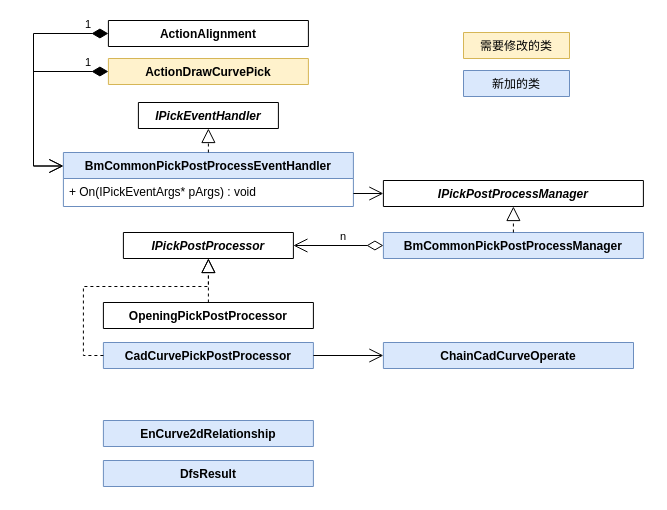
Above: page "Scheme Final" (1 of 4) of ChainPickCadCurve.drawio in Sean-Xu-Code/cpp (draw.io), before the change. Source tidied: cells renumbered, new cells numbered last; positions are measured from the earlier drawing's top-left corner, leaving out a move shared by most shapes. Both pictures are drawn from the tidied source at 100%, with x=0, y=0 at pixel (33, 20).
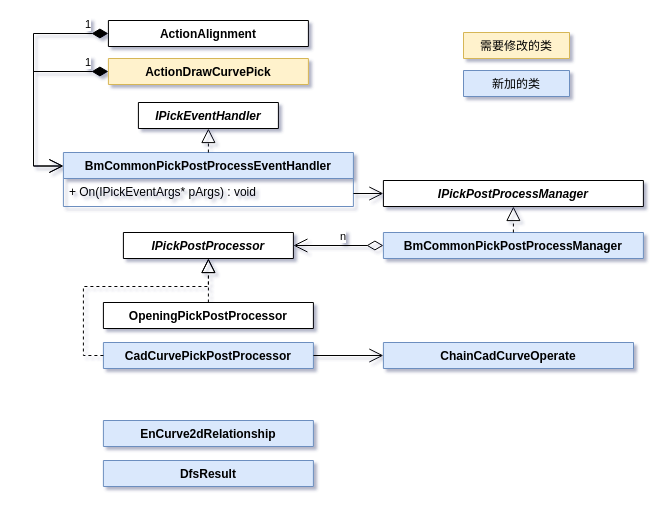
Above is the later version.

Change to the diagram source:
```diff
@@
-<mxGraphModel>
+<mxGraphModel shadow="1">
@@
-    <mxCell id="2" value="IPickPostProcessor" style="swimlane;fontStyle=3;align=center;verticalAlign=top;horizontal=1;startSize=26;rounded=0;shadow=0;strokeWidth=1;" parent="1" vertex="1" collapsed="1">
+    <mxCell id="2" value="IPickPostProcessor" style="swimlane;fontStyle=3;align=center;verticalAlign=top;horizontal=1;startSize=26;shadow=0;strokeWidth=1;rounded=0;sketch=0;" parent="1" vertex="1" collapsed="1">
       <mxGeometry x="89.9" y="212" width="170" height="26" as="geometry" />
     </mxCell>
-    <mxCell id="3" value="IPickPostProcessManager" style="swimlane;fontStyle=3;align=center;verticalAlign=top;horizontal=1;startSize=26;rounded=0;shadow=0;strokeWidth=1;" parent="1" vertex="1" collapsed="1">
+    <mxCell id="3" value="IPickPostProcessManager" style="swimlane;fontStyle=3;align=center;verticalAlign=top;horizontal=1;startSize=26;shadow=0;strokeWidth=1;rounded=0;sketch=0;" parent="1" vertex="1" collapsed="1">
       <mxGeometry x="349.9" y="160" width="260" height="26" as="geometry" />
     </mxCell>
-    <mxCell id="4" value="IPickEventHandler" style="swimlane;fontStyle=3;align=center;verticalAlign=top;horizontal=1;startSize=26;" parent="1" vertex="1" collapsed="1">
+    <mxCell id="4" value="IPickEventHandler" style="swimlane;fontStyle=3;align=center;verticalAlign=top;horizontal=1;startSize=26;rounded=0;shadow=0;sketch=0;" parent="1" vertex="1" collapsed="1">
       <mxGeometry x="104.9" y="82" width="140" height="26" as="geometry" />
     </mxCell>
-    <mxCell id="5" value="BmCommonPickPostProcessEventHandler" style="swimlane;fontStyle=1;align=center;verticalAlign=top;horizontal=1;startSize=26;rounded=0;shadow=0;strokeWidth=1;fillColor=#dae8fc;strokeColor=#6c8ebf;" parent="1" vertex="1">
+    <mxCell id="5" value="BmCommonPickPostProcessEventHandler" style="swimlane;fontStyle=1;align=center;verticalAlign=top;horizontal=1;startSize=26;shadow=0;strokeWidth=1;fillColor=#dae8fc;strokeColor=#6c8ebf;rounded=0;sketch=0;" parent="1" vertex="1">
       <mxGeometry x="29.9" y="132" width="290" height="54" as="geometry" />
     </mxCell>
-    <mxCell id="6" value="+ On(IPickEventArgs* pArgs) : void" style="text;align=left;verticalAlign=top;spacingLeft=4;spacingRight=4;overflow=hidden;" parent="5" vertex="1">
+    <mxCell id="6" value="+ On(IPickEventArgs* pArgs) : void" style="text;align=left;verticalAlign=top;spacingLeft=4;spacingRight=4;overflow=hidden;rounded=0;shadow=0;sketch=0;" parent="5" vertex="1">
       <mxGeometry y="26" width="290" height="26" as="geometry" />
     </mxCell>
-    <mxCell id="7" style="endArrow=block;dashed=1;endFill=0;endSize=12;html=1;rounded=0;entryX=0.5;entryY=1;entryDx=0;entryDy=0;exitX=0.5;exitY=0;exitDx=0;exitDy=0;" parent="1" edge="1" source="5" target="4">
+    <mxCell id="7" style="endArrow=block;dashed=1;endFill=0;endSize=12;html=1;entryX=0.5;entryY=1;entryDx=0;entryDy=0;exitX=0.5;exitY=0;exitDx=0;exitDy=0;rounded=0;shadow=0;sketch=0;" parent="1" edge="1" source="5" target="4">
       <mxGeometry relative="1" as="geometry" />
     </mxCell>
-    <mxCell id="8" value="OpeningPickPostProcessor" style="swimlane;fontStyle=1;align=center;verticalAlign=top;horizontal=1;startSize=26;rounded=0;shadow=0;strokeWidth=1;" parent="1" vertex="1" collapsed="1">
+    <mxCell id="8" value="OpeningPickPostProcessor" style="swimlane;fontStyle=1;align=center;verticalAlign=top;horizontal=1;startSize=26;shadow=0;strokeWidth=1;rounded=0;sketch=0;" parent="1" vertex="1" collapsed="1">
       <mxGeometry x="69.9" y="282" width="210" height="26" as="geometry" />
     </mxCell>
-    <mxCell id="9" value="CadCurvePickPostProcessor" style="swimlane;fontStyle=1;align=center;verticalAlign=top;horizontal=1;startSize=26;rounded=0;shadow=0;strokeWidth=1;fillColor=#dae8fc;strokeColor=#6c8ebf;" parent="1" vertex="1" collapsed="1">
+    <mxCell id="9" value="CadCurvePickPostProcessor" style="swimlane;fontStyle=1;align=center;verticalAlign=top;horizontal=1;startSize=26;shadow=0;strokeWidth=1;fillColor=#dae8fc;strokeColor=#6c8ebf;rounded=0;sketch=0;" parent="1" vertex="1" collapsed="1">
       <mxGeometry x="69.9" y="322" width="210" height="26" as="geometry" />
     </mxCell>
-    <mxCell id="10" style="endArrow=block;dashed=1;endFill=0;endSize=12;html=1;rounded=0;entryX=0.5;entryY=1;entryDx=0;entryDy=0;exitX=0.5;exitY=0;exitDx=0;exitDy=0;" parent="1" edge="1" source="8" target="2">
+    <mxCell id="10" style="endArrow=block;dashed=1;endFill=0;endSize=12;html=1;entryX=0.5;entryY=1;entryDx=0;entryDy=0;exitX=0.5;exitY=0;exitDx=0;exitDy=0;rounded=0;shadow=0;sketch=0;" parent="1" edge="1" source="8" target="2">
       <mxGeometry relative="1" as="geometry" />
     </mxCell>
-    <mxCell id="11" style="endArrow=block;dashed=1;endFill=0;endSize=12;html=1;rounded=0;entryX=0.5;entryY=1;entryDx=0;entryDy=0;exitX=0;exitY=0.5;exitDx=0;exitDy=0;" parent="1" edge="1" source="9" target="2">
+    <mxCell id="11" style="endArrow=block;dashed=1;endFill=0;endSize=12;html=1;entryX=0.5;entryY=1;entryDx=0;entryDy=0;exitX=0;exitY=0.5;exitDx=0;exitDy=0;rounded=0;shadow=0;sketch=0;" parent="1" edge="1" source="9" target="2">
       <mxGeometry relative="1" as="geometry">
         <Array as="points">
           <mxPoint x="49.9" y="335" />
           <mxPoint x="49.9" y="266" />
           <mxPoint x="174.9" y="266" />
         </Array>
       </mxGeometry>
     </mxCell>
-    <mxCell id="12" value="BmCommonPickPostProcessManager" style="swimlane;fontStyle=1;align=center;verticalAlign=top;horizontal=1;startSize=26;rounded=0;shadow=0;strokeWidth=1;fillColor=#dae8fc;strokeColor=#6c8ebf;" parent="1" vertex="1" collapsed="1">
+    <mxCell id="12" value="BmCommonPickPostProcessManager" style="swimlane;fontStyle=1;align=center;verticalAlign=top;horizontal=1;startSize=26;shadow=0;strokeWidth=1;fillColor=#dae8fc;strokeColor=#6c8ebf;rounded=0;sketch=0;" parent="1" vertex="1" collapsed="1">
       <mxGeometry x="349.9" y="212" width="260" height="26" as="geometry" />
     </mxCell>
-    <mxCell id="13" style="endArrow=block;dashed=1;endFill=0;endSize=12;html=1;rounded=0;entryX=0.5;entryY=1;entryDx=0;entryDy=0;exitX=0.5;exitY=0;exitDx=0;exitDy=0;" parent="1" edge="1" source="12" target="3">
+    <mxCell id="13" style="endArrow=block;dashed=1;endFill=0;endSize=12;html=1;entryX=0.5;entryY=1;entryDx=0;entryDy=0;exitX=0.5;exitY=0;exitDx=0;exitDy=0;rounded=0;shadow=0;sketch=0;" parent="1" edge="1" source="12" target="3">
       <mxGeometry relative="1" as="geometry" />
     </mxCell>
-    <mxCell id="14" style="endArrow=open;endFill=1;endSize=12;html=1;rounded=0;entryX=0;entryY=0.5;entryDx=0;entryDy=0;" parent="1" edge="1" target="3">
+    <mxCell id="14" style="endArrow=open;endFill=1;endSize=12;html=1;entryX=0;entryY=0.5;entryDx=0;entryDy=0;rounded=0;shadow=0;sketch=0;" parent="1" edge="1" target="3">
       <mxGeometry relative="1" as="geometry">
         <mxPoint x="319.9" y="173" as="sourcePoint" />
       </mxGeometry>
     </mxCell>
-    <mxCell id="15" value="n" style="endArrow=open;html=1;endSize=12;startArrow=diamondThin;startSize=14;startFill=0;edgeStyle=orthogonalEdgeStyle;align=left;verticalAlign=bottom;rounded=0;entryX=1;entryY=0.5;entryDx=0;entryDy=0;exitX=0;exitY=0.5;exitDx=0;exitDy=0;" parent="1" edge="1" source="12" target="2">
+    <mxCell id="15" value="n" style="endArrow=open;html=1;endSize=12;startArrow=diamondThin;startSize=14;startFill=0;edgeStyle=orthogonalEdgeStyle;align=left;verticalAlign=bottom;entryX=1;entryY=0.5;entryDx=0;entryDy=0;exitX=0;exitY=0.5;exitDx=0;exitDy=0;rounded=0;shadow=0;sketch=0;" parent="1" edge="1" source="12" target="2">
       <mxGeometry relative="1" as="geometry" />
     </mxCell>
-    <mxCell id="16" value="1" style="endArrow=open;html=1;endSize=12;startArrow=diamondThin;startSize=14;startFill=1;edgeStyle=orthogonalEdgeStyle;align=left;verticalAlign=bottom;rounded=0;entryX=0;entryY=0.25;entryDx=0;entryDy=0;exitX=0;exitY=0.5;exitDx=0;exitDy=0;" parent="1" edge="1" source="18" target="5">
+    <mxCell id="16" value="1" style="endArrow=open;html=1;endSize=12;startArrow=diamondThin;startSize=14;startFill=1;edgeStyle=orthogonalEdgeStyle;align=left;verticalAlign=bottom;entryX=0;entryY=0.25;entryDx=0;entryDy=0;exitX=0;exitY=0.5;exitDx=0;exitDy=0;rounded=0;shadow=0;sketch=0;" parent="1" edge="1" source="18" target="5">
       <mxGeometry x="-0.79" relative="1" as="geometry">
         <Array as="points">
           <mxPoint y="13" />
           <mxPoint y="145" />
         </Array>
       </mxGeometry>
     </mxCell>
-    <mxCell id="17" value="ActionDrawCurvePick" style="swimlane;fontStyle=1;align=center;verticalAlign=top;horizontal=1;startSize=26;rounded=0;shadow=0;strokeWidth=1;fillColor=#fff2cc;strokeColor=#d6b656;" parent="1" vertex="1" collapsed="1">
+    <mxCell id="17" value="ActionDrawCurvePick" style="swimlane;fontStyle=1;align=center;verticalAlign=top;horizontal=1;startSize=26;shadow=0;strokeWidth=1;fillColor=#fff2cc;strokeColor=#d6b656;rounded=0;sketch=0;" parent="1" vertex="1" collapsed="1">
       <mxGeometry x="74.9" y="38" width="200" height="26" as="geometry" />
     </mxCell>
-    <mxCell id="18" value="ActionAlignment" style="swimlane;fontStyle=1;align=center;verticalAlign=top;horizontal=1;startSize=26;rounded=0;shadow=0;strokeWidth=1;" parent="1" vertex="1" collapsed="1">
+    <mxCell id="18" value="ActionAlignment" style="swimlane;fontStyle=1;align=center;verticalAlign=top;horizontal=1;startSize=26;shadow=0;strokeWidth=1;rounded=0;sketch=0;" parent="1" vertex="1" collapsed="1">
       <mxGeometry x="74.9" width="200" height="26" as="geometry" />
     </mxCell>
-    <mxCell id="19" value="1" style="endArrow=open;html=1;endSize=12;startArrow=diamondThin;startSize=14;startFill=1;edgeStyle=orthogonalEdgeStyle;align=left;verticalAlign=bottom;rounded=0;entryX=0;entryY=0.25;entryDx=0;entryDy=0;exitX=0;exitY=0.5;exitDx=0;exitDy=0;" parent="1" edge="1" source="17" target="5">
+    <mxCell id="19" value="1" style="endArrow=open;html=1;endSize=12;startArrow=diamondThin;startSize=14;startFill=1;edgeStyle=orthogonalEdgeStyle;align=left;verticalAlign=bottom;entryX=0;entryY=0.25;entryDx=0;entryDy=0;exitX=0;exitY=0.5;exitDx=0;exitDy=0;rounded=0;shadow=0;sketch=0;" parent="1" edge="1" source="17" target="5">
       <mxGeometry x="-0.75" relative="1" as="geometry">
         <Array as="points">
           <mxPoint y="51" />
           <mxPoint y="145" />
         </Array>
       </mxGeometry>
     </mxCell>
-    <mxCell id="20" value="ChainCadCurveOperate" style="swimlane;fontStyle=1;align=center;verticalAlign=top;horizontal=1;startSize=26;rounded=0;shadow=0;strokeWidth=1;fillColor=#dae8fc;strokeColor=#6c8ebf;" parent="1" vertex="1" collapsed="1">
+    <mxCell id="20" value="ChainCadCurveOperate" style="swimlane;fontStyle=1;align=center;verticalAlign=top;horizontal=1;startSize=26;shadow=0;strokeWidth=1;fillColor=#dae8fc;strokeColor=#6c8ebf;rounded=0;sketch=0;" parent="1" vertex="1" collapsed="1">
       <mxGeometry x="349.9" y="322" width="250.1" height="26" as="geometry" />
     </mxCell>
-    <mxCell id="21" style="endArrow=open;endFill=1;endSize=12;html=1;rounded=0;exitX=1;exitY=0.5;exitDx=0;exitDy=0;entryX=0;entryY=0.5;entryDx=0;entryDy=0;" parent="1" edge="1" source="9" target="20">
+    <mxCell id="21" style="endArrow=open;endFill=1;endSize=12;html=1;exitX=1;exitY=0.5;exitDx=0;exitDy=0;entryX=0;entryY=0.5;entryDx=0;entryDy=0;rounded=0;shadow=0;sketch=0;" parent="1" edge="1" source="9" target="20">
       <mxGeometry relative="1" as="geometry" />
     </mxCell>
-    <mxCell id="22" value="EnCurve2dRelationship" style="swimlane;fontStyle=1;align=center;verticalAlign=top;horizontal=1;startSize=26;rounded=0;shadow=0;strokeWidth=1;fillColor=#dae8fc;strokeColor=#6c8ebf;" parent="1" vertex="1" collapsed="1">
+    <mxCell id="22" value="EnCurve2dRelationship" style="swimlane;fontStyle=1;align=center;verticalAlign=top;horizontal=1;startSize=26;shadow=0;strokeWidth=1;fillColor=#dae8fc;strokeColor=#6c8ebf;rounded=0;sketch=0;" parent="1" vertex="1" collapsed="1">
       <mxGeometry x="69.9" y="400" width="210" height="26" as="geometry" />
     </mxCell>
-    <mxCell id="23" value="DfsResult" style="swimlane;fontStyle=1;align=center;verticalAlign=top;horizontal=1;startSize=26;rounded=0;shadow=0;strokeWidth=1;fillColor=#dae8fc;strokeColor=#6c8ebf;" parent="1" vertex="1" collapsed="1">
+    <mxCell id="23" value="DfsResult" style="swimlane;fontStyle=1;align=center;verticalAlign=top;horizontal=1;startSize=26;shadow=0;strokeWidth=1;fillColor=#dae8fc;strokeColor=#6c8ebf;rounded=0;sketch=0;" parent="1" vertex="1" collapsed="1">
       <mxGeometry x="69.9" y="440" width="210" height="26" as="geometry" />
     </mxCell>
-    <mxCell id="24" value="需要修改的类" style="swimlane;fontStyle=0;align=center;verticalAlign=top;horizontal=1;startSize=26;rounded=0;shadow=0;strokeWidth=1;fillColor=#fff2cc;strokeColor=#d6b656;" parent="1" vertex="1" collapsed="1">
+    <mxCell id="24" value="需要修改的类" style="swimlane;fontStyle=0;align=center;verticalAlign=top;horizontal=1;startSize=26;shadow=0;strokeWidth=1;fillColor=#fff2cc;strokeColor=#d6b656;rounded=0;sketch=0;" parent="1" vertex="1" collapsed="1">
       <mxGeometry x="430" y="12" width="106" height="26" as="geometry" />
     </mxCell>
-    <mxCell id="25" value="新加的类" style="swimlane;fontStyle=0;align=center;verticalAlign=top;horizontal=1;startSize=26;rounded=0;shadow=0;strokeWidth=1;fillColor=#dae8fc;strokeColor=#6c8ebf;" parent="1" vertex="1" collapsed="1">
+    <mxCell id="25" value="新加的类" style="swimlane;fontStyle=0;align=center;verticalAlign=top;horizontal=1;startSize=26;shadow=0;strokeWidth=1;fillColor=#dae8fc;strokeColor=#6c8ebf;rounded=0;sketch=0;" parent="1" vertex="1" collapsed="1">
       <mxGeometry x="430" y="50" width="106" height="26" as="geometry" />
     </mxCell>
```
